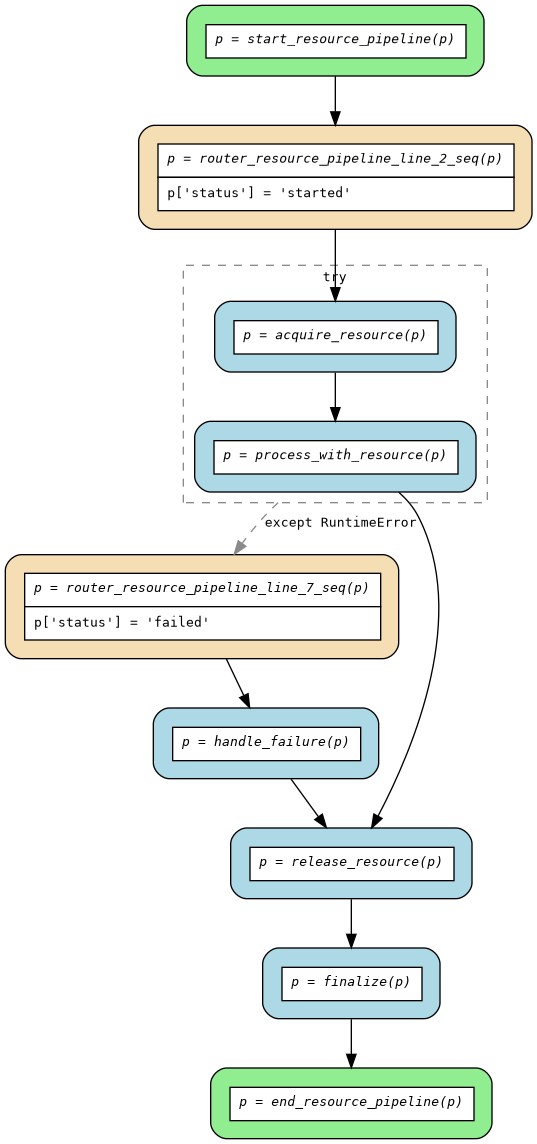
deliveryhero/asya keeps this Graphviz diagram as examples/flows/compiled/try_except_finally/flow.png. Above is the earlier version. Its source is kept beside it as examples/flows/compiled/try_except_finally/flow.dot. The source it was exported from:
```dot
digraph flow {
  rankdir=TB;
  compound=true;
  graph [fontname="Courier", fontsize=10];
  node [fontname="Courier", fontsize=10, shape=box, style="filled,rounded", margin="0.2"];
  edge [fontname="Courier", fontsize=10];

  start_resource_pipeline [fillcolor="lightgreen", label=<<table border="0" cellspacing="0" cellpadding="6" cellborder="1"><tr><td bgcolor="white" align="center"><i>p = start_resource_pipeline(p)</i></td></tr></table>>];
  router_resource_pipeline_line_7_seq [fillcolor="wheat", label=<<table border="0" cellspacing="0" cellpadding="6" cellborder="1"><tr><td bgcolor="white" align="center"><i>p = router_resource_pipeline_line_7_seq(p)</i></td></tr><tr><td bgcolor="white" align="left">p['status'] = 'failed'</td></tr></table>>];
  router_resource_pipeline_line_2_seq [fillcolor="wheat", label=<<table border="0" cellspacing="0" cellpadding="6" cellborder="1"><tr><td bgcolor="white" align="center"><i>p = router_resource_pipeline_line_2_seq(p)</i></td></tr><tr><td bgcolor="white" align="left">p['status'] = 'started'</td></tr></table>>];
  end_resource_pipeline [fillcolor="lightgreen", label=<<table border="0" cellspacing="0" cellpadding="6" cellborder="1"><tr><td bgcolor="white" align="center"><i>p = end_resource_pipeline(p)</i></td></tr></table>>];
  finalize [fillcolor="lightblue", label=<<table border="0" cellspacing="0" cellpadding="6" cellborder="1"><tr><td bgcolor="white" align="center"><i>p = finalize(p)</i></td></tr></table>>];
  handle_failure [fillcolor="lightblue", label=<<table border="0" cellspacing="0" cellpadding="6" cellborder="1"><tr><td bgcolor="white" align="center"><i>p = handle_failure(p)</i></td></tr></table>>];
  release_resource [fillcolor="lightblue", label=<<table border="0" cellspacing="0" cellpadding="6" cellborder="1"><tr><td bgcolor="white" align="center"><i>p = release_resource(p)</i></td></tr></table>>];
  subgraph cluster_try_0 {
    style=dashed;
    color="snow4";
    fontname="Courier";
    fontsize=10;
    label="try";
    acquire_resource [fillcolor="lightblue", label=<<table border="0" cellspacing="0" cellpadding="6" cellborder="1"><tr><td bgcolor="white" align="center"><i>p = acquire_resource(p)</i></td></tr></table>>];
    process_with_resource [fillcolor="lightblue", label=<<table border="0" cellspacing="0" cellpadding="6" cellborder="1"><tr><td bgcolor="white" align="center"><i>p = process_with_resource(p)</i></td></tr></table>>];
  }

  acquire_resource -> process_with_resource;
  finalize -> end_resource_pipeline;
  handle_failure -> release_resource;
  process_with_resource -> release_resource;
  process_with_resource -> router_resource_pipeline_line_7_seq [ltail=cluster_try_0, color=snow4, style=dashed, label="except RuntimeError"];
  release_resource -> finalize;
  router_resource_pipeline_line_2_seq -> acquire_resource;
  router_resource_pipeline_line_7_seq -> handle_failure;
  start_resource_pipeline -> router_resource_pipeline_line_2_seq;
}
```
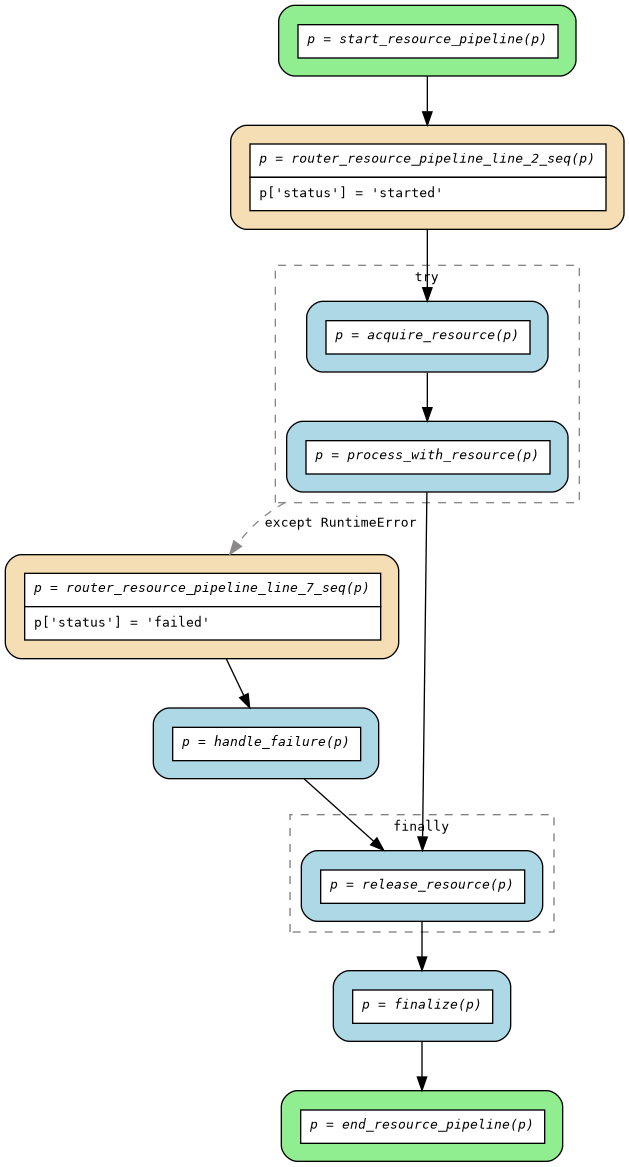
The same file after the commit.

Commit message:
feat(flow): add finally cluster to DOT visualization

Wrap finally-block actors in a dashed subgraph cluster labeled
"finally", matching the try cluster pattern. This visually
distinguishes finally steps from regular follow-up code.

Only appears when the flow has a finally block (try-except-finally).

Diff of the diagram source:
```diff
@@ -11,7 +11,6 @@
   end_resource_pipeline [fillcolor="lightgreen", label=<<table border="0" cellspacing="0" cellpadding="6" cellborder="1"><tr><td bgcolor="white" align="center"><i>p = end_resource_pipeline(p)</i></td></tr></table>>];
   finalize [fillcolor="lightblue", label=<<table border="0" cellspacing="0" cellpadding="6" cellborder="1"><tr><td bgcolor="white" align="center"><i>p = finalize(p)</i></td></tr></table>>];
   handle_failure [fillcolor="lightblue", label=<<table border="0" cellspacing="0" cellpadding="6" cellborder="1"><tr><td bgcolor="white" align="center"><i>p = handle_failure(p)</i></td></tr></table>>];
-  release_resource [fillcolor="lightblue", label=<<table border="0" cellspacing="0" cellpadding="6" cellborder="1"><tr><td bgcolor="white" align="center"><i>p = release_resource(p)</i></td></tr></table>>];
   subgraph cluster_try_0 {
     style=dashed;
     color="snow4";
@@ -20,6 +19,14 @@
     label="try";
     acquire_resource [fillcolor="lightblue", label=<<table border="0" cellspacing="0" cellpadding="6" cellborder="1"><tr><td bgcolor="white" align="center"><i>p = acquire_resource(p)</i></td></tr></table>>];
     process_with_resource [fillcolor="lightblue", label=<<table border="0" cellspacing="0" cellpadding="6" cellborder="1"><tr><td bgcolor="white" align="center"><i>p = process_with_resource(p)</i></td></tr></table>>];
+  }
+  subgraph cluster_finally_0 {
+    style=dashed;
+    color="gray50";
+    fontname="Courier";
+    fontsize=10;
+    label="finally";
+    release_resource [fillcolor="lightblue", label=<<table border="0" cellspacing="0" cellpadding="6" cellborder="1"><tr><td bgcolor="white" align="center"><i>p = release_resource(p)</i></td></tr></table>>];
   }
 
   acquire_resource -> process_with_resource;
```
